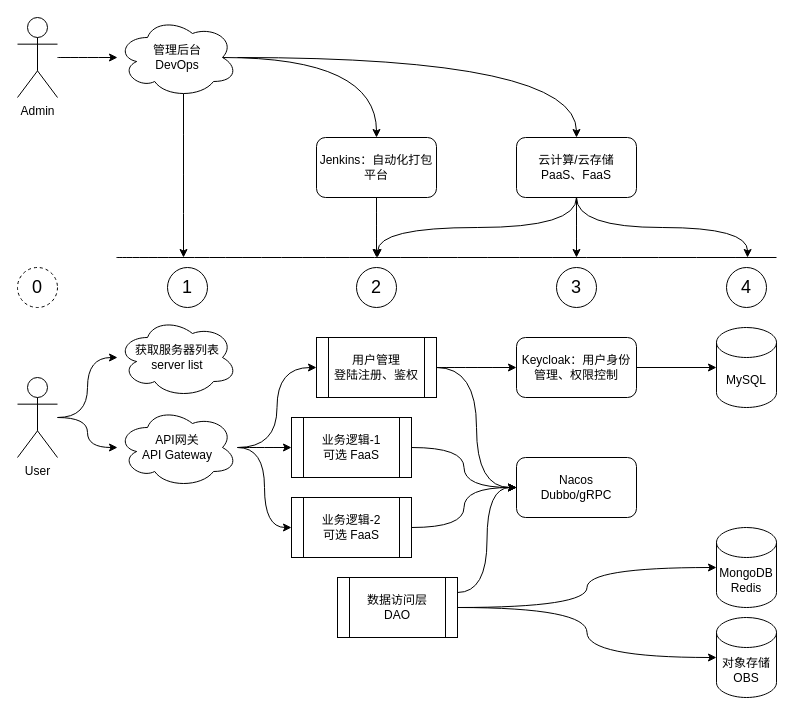
This is doc/Architecture.drawio from zxffffffff/start-biz, a draw.io file, before an edit. Source tidied: cells renumbered, new cells numbered last; positions are measured from the earlier drawing's top-left corner, leaving out a move shared by most shapes. Both pictures are drawn from the tidied source at 100%, with x=0, y=0 at pixel (17, 17).
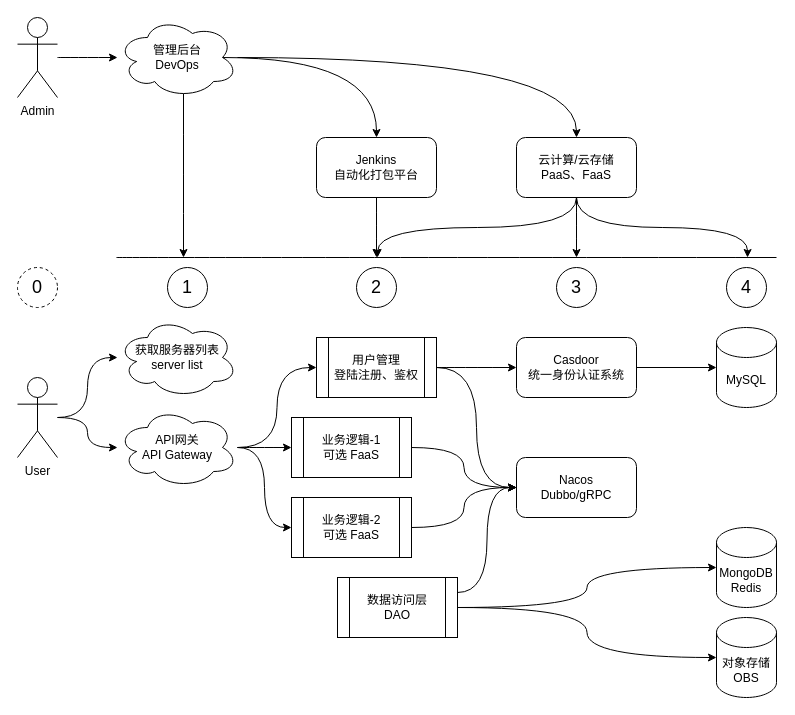
The same diagram, later.

Commit message (it also covers changes not shown here):
修改 Casdoor 统一身份认证系统

What changed in the source:
```diff
@@
-    <mxCell id="17" value="&lt;div&gt;Keycloak：用户身份管理、权限控制&lt;/div&gt;" style="rounded=1;whiteSpace=wrap;html=1;" parent="1" vertex="1">
+    <mxCell id="17" value="&lt;div&gt;Casdoor&lt;/div&gt;&lt;div&gt;统一身份认证系统&lt;/div&gt;" style="rounded=1;whiteSpace=wrap;html=1;" parent="1" vertex="1">
       <mxGeometry x="499" y="320" width="120" height="60" as="geometry" />
     </mxCell>
@@
-    <mxCell id="34" value="Jenkins：自动化打包平台" style="rounded=1;whiteSpace=wrap;html=1;" parent="1" vertex="1">
+    <mxCell id="34" value="Jenkins&lt;br&gt;自动化打包平台" style="rounded=1;whiteSpace=wrap;html=1;" parent="1" vertex="1">
       <mxGeometry x="299" y="120" width="120" height="60" as="geometry" />
     </mxCell>
```
